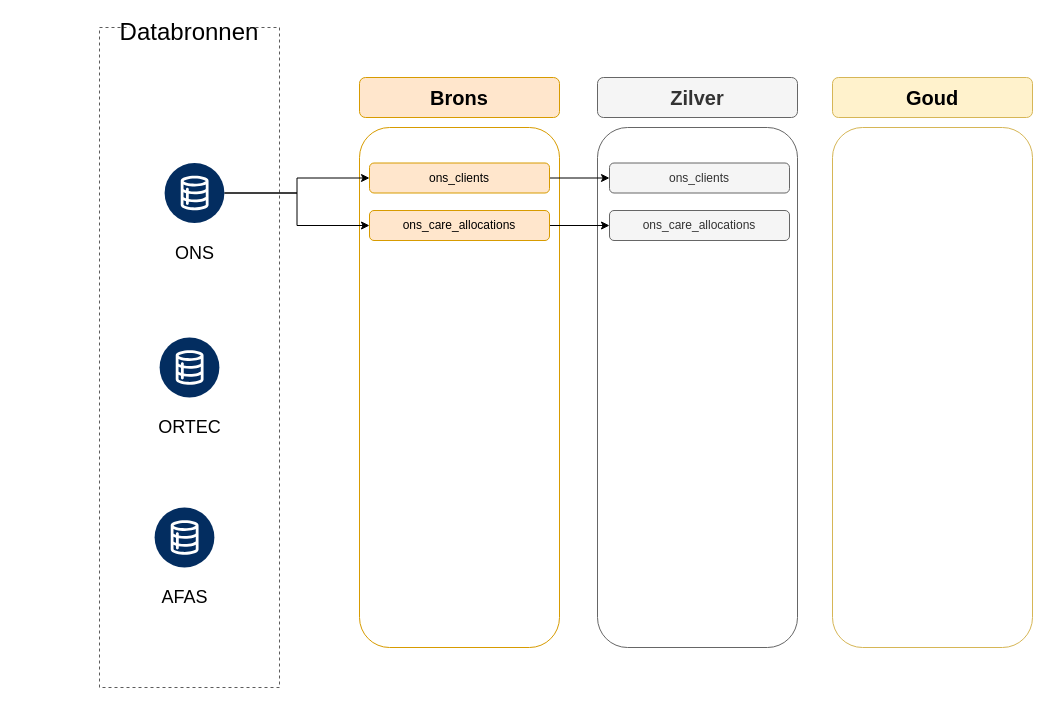
Above: docs/data_flow.drawio in odionnl/odion-data-platform (draw.io), before the change. Source tidied: cells renumbered, new cells numbered last; positions are measured from the earlier drawing's top-left corner, leaving out a move shared by most shapes. Both pictures are drawn from the tidied source at 100%, with x=0, y=0 at pixel (99, 17).
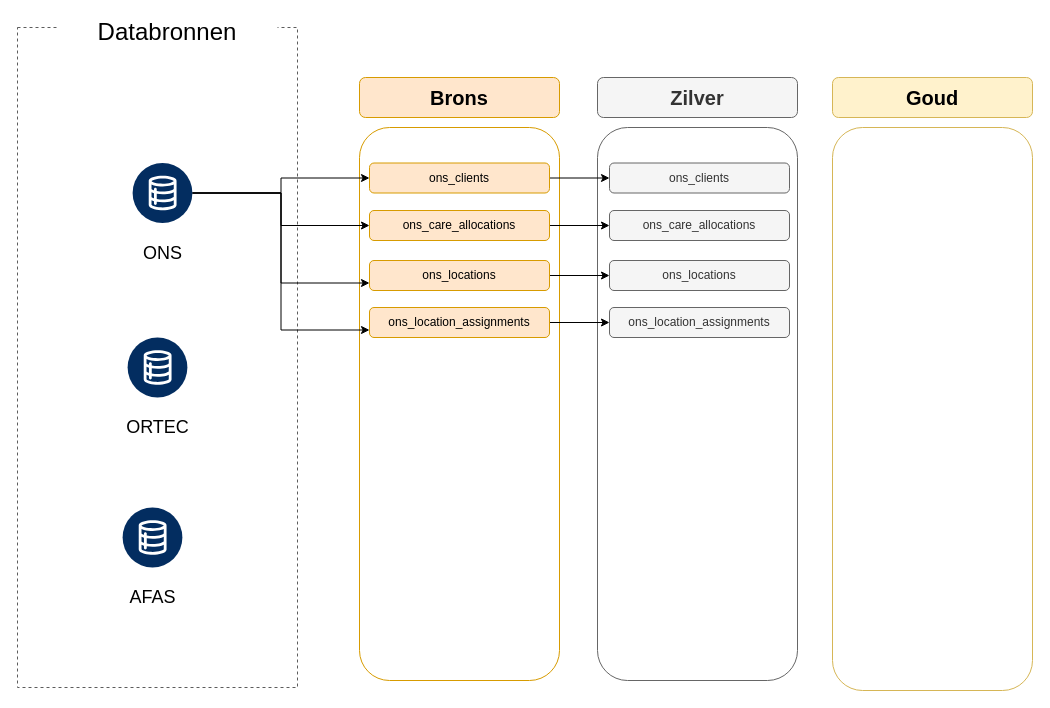
The same page after the edit.

Commit message (it also covers changes not shown here):
update data_flow and data_integratie

Diff of the diagram source:
```diff
@@
     <mxCell id="2" style="rounded=0;whiteSpace=wrap;html=1;fillColor=none;dashed=1;strokeColor=light-dark(#5c5c5c, #ededed);" parent="1" vertex="1">
-      <mxGeometry y="10" width="180" height="660" as="geometry" />
+      <mxGeometry x="-82" y="10" width="280" height="660" as="geometry" />
     </mxCell>
     <mxCell id="3" value="&lt;font style=&quot;font-size: 24px;&quot;&gt;Databronnen&lt;/font&gt;" style="rounded=0;whiteSpace=wrap;html=1;strokeColor=none;" parent="1" vertex="1">
-      <mxGeometry x="30" width="120" height="30" as="geometry" />
+      <mxGeometry x="-42" width="220" height="30" as="geometry" />
     </mxCell>
@@
     <mxCell id="5" style="rounded=1;whiteSpace=wrap;html=1;strokeColor=#d79b00;fillColor=none;" parent="1" vertex="1">
-      <mxGeometry x="260" y="110" width="200" height="520" as="geometry" />
+      <mxGeometry x="260" y="110" width="200" height="553" as="geometry" />
     </mxCell>
@@
     <mxCell id="7" style="rounded=1;whiteSpace=wrap;html=1;strokeColor=#666666;fillColor=none;fontColor=#333333;" parent="1" vertex="1">
-      <mxGeometry x="498" y="110" width="200" height="520" as="geometry" />
+      <mxGeometry x="498" y="110" width="200" height="553" as="geometry" />
     </mxCell>
@@
     <mxCell id="9" style="rounded=1;whiteSpace=wrap;html=1;strokeColor=#d6b656;fillColor=none;" parent="1" vertex="1">
-      <mxGeometry x="733" y="110" width="200" height="520" as="geometry" />
+      <mxGeometry x="733" y="110" width="200" height="563" as="geometry" />
     </mxCell>
@@
+    <mxCell id="21" style="edgeStyle=orthogonalEdgeStyle;rounded=0;jettySize=auto;html=1;entryX=0;entryY=0.75;entryDx=0;entryDy=0;" parent="1" edge="1" source="12" target="24">
+      <mxGeometry relative="1" as="geometry" />
+    </mxCell>
+    <mxCell id="22" style="edgeStyle=orthogonalEdgeStyle;rounded=0;jettySize=auto;html=1;entryX=0;entryY=0.75;entryDx=0;entryDy=0;" parent="1" edge="1" source="12" target="26">
+      <mxGeometry relative="1" as="geometry" />
+    </mxCell>
     <mxCell id="12" value="&lt;font style=&quot;font-size: 18px;&quot;&gt;ONS&lt;/font&gt;" style="verticalLabelPosition=bottom;html=1;shape=mxgraph.salesforce.data2;fillColorStyles=fillColor2,fillColor3;fillColor2=#032d60;fillColor3=#ffffff;fillColor=none;strokeColor=none;" parent="1" vertex="1">
-      <mxGeometry x="65" y="145.5" width="60" height="60" as="geometry" />
+      <mxGeometry x="33" y="145.5" width="60" height="60" as="geometry" />
     </mxCell>
     <mxCell id="13" value="&lt;font style=&quot;font-size: 18px;&quot;&gt;ORTEC&lt;/font&gt;" style="verticalLabelPosition=bottom;html=1;shape=mxgraph.salesforce.data2;fillColorStyles=fillColor2,fillColor3;fillColor2=#032d60;fillColor3=#ffffff;fillColor=none;strokeColor=none;" parent="1" vertex="1">
-      <mxGeometry x="60" y="320" width="60" height="60" as="geometry" />
+      <mxGeometry x="28" y="320" width="60" height="60" as="geometry" />
     </mxCell>
     <mxCell id="14" value="&lt;font style=&quot;font-size: 18px;&quot;&gt;AFAS&lt;/font&gt;" style="verticalLabelPosition=bottom;html=1;shape=mxgraph.salesforce.data2;fillColorStyles=fillColor2,fillColor3;fillColor2=#032d60;fillColor3=#ffffff;fillColor=none;strokeColor=none;" parent="1" vertex="1">
-      <mxGeometry x="55" y="490" width="60" height="60" as="geometry" />
+      <mxGeometry x="23" y="490" width="60" height="60" as="geometry" />
     </mxCell>
@@
+    <mxCell id="23" style="edgeStyle=orthogonalEdgeStyle;rounded=0;jettySize=auto;html=1;" parent="1" edge="1" source="24" target="27">
+      <mxGeometry relative="1" as="geometry" />
+    </mxCell>
+    <mxCell id="24" value="ons_locations" style="rounded=1;whiteSpace=wrap;html=1;fillColor=#ffe6cc;strokeColor=#d79b00;" parent="1" vertex="1">
+      <mxGeometry x="270" y="243" width="180" height="30" as="geometry" />
+    </mxCell>
+    <mxCell id="25" style="edgeStyle=orthogonalEdgeStyle;rounded=0;jettySize=auto;html=1;" parent="1" edge="1" source="26" target="28">
+      <mxGeometry relative="1" as="geometry" />
+    </mxCell>
+    <mxCell id="26" value="ons_location_assignments" style="rounded=1;whiteSpace=wrap;html=1;fillColor=#ffe6cc;strokeColor=#d79b00;" parent="1" vertex="1">
+      <mxGeometry x="270" y="290" width="180" height="30" as="geometry" />
+    </mxCell>
+    <mxCell id="27" value="ons_locations" style="rounded=1;whiteSpace=wrap;html=1;fillColor=#f5f5f5;strokeColor=#666666;fontColor=#333333;" parent="1" vertex="1">
+      <mxGeometry x="510" y="243" width="180" height="30" as="geometry" />
+    </mxCell>
+    <mxCell id="28" value="ons_location_assignments" style="rounded=1;whiteSpace=wrap;html=1;fillColor=#f5f5f5;strokeColor=#666666;fontColor=#333333;" parent="1" vertex="1">
+      <mxGeometry x="510" y="290" width="180" height="30" as="geometry" />
+    </mxCell>
```
